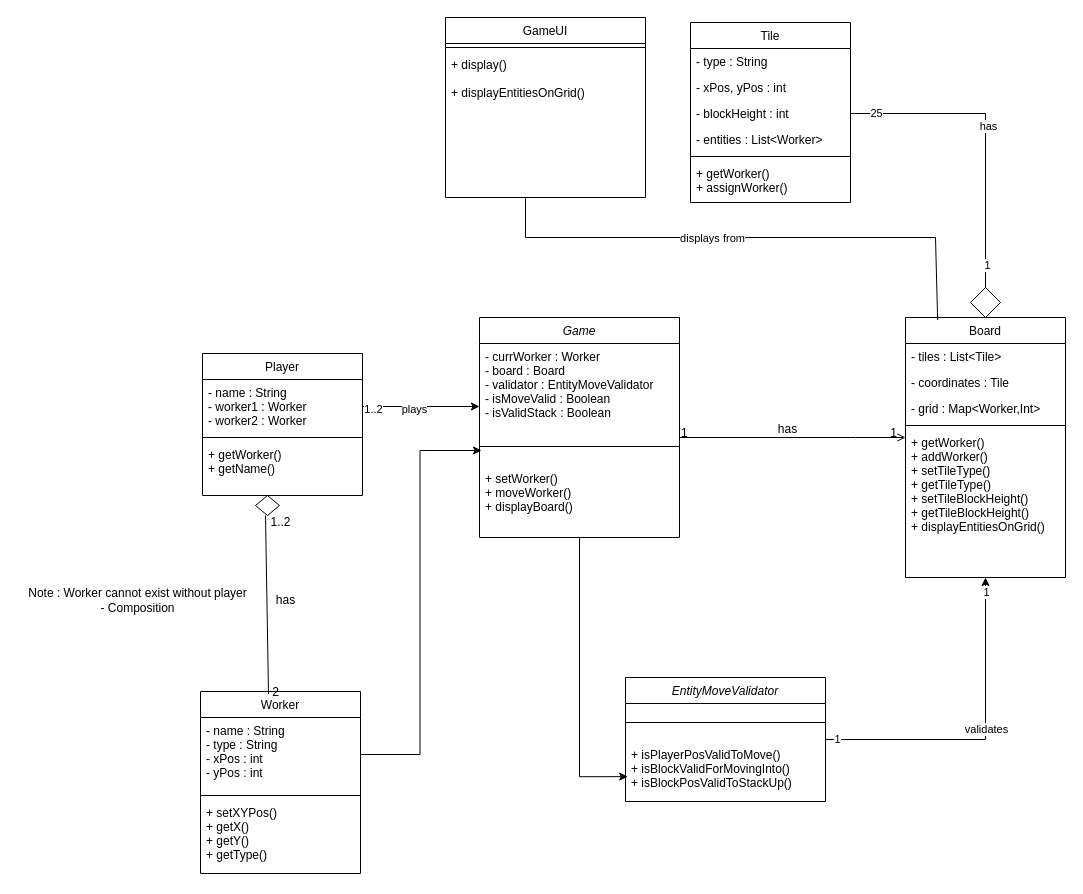
This is DIAGRAMS 2/Untitled Diagram.drawio from rajathmCMU/f23-lab04, a draw.io file, before an edit. Source tidied: cells renumbered, new cells numbered last; positions are measured from the earlier drawing's top-left corner, leaving out a move shared by most shapes. Both pictures are drawn from the tidied source at 100%, with x=0, y=0 at pixel (17, 17).
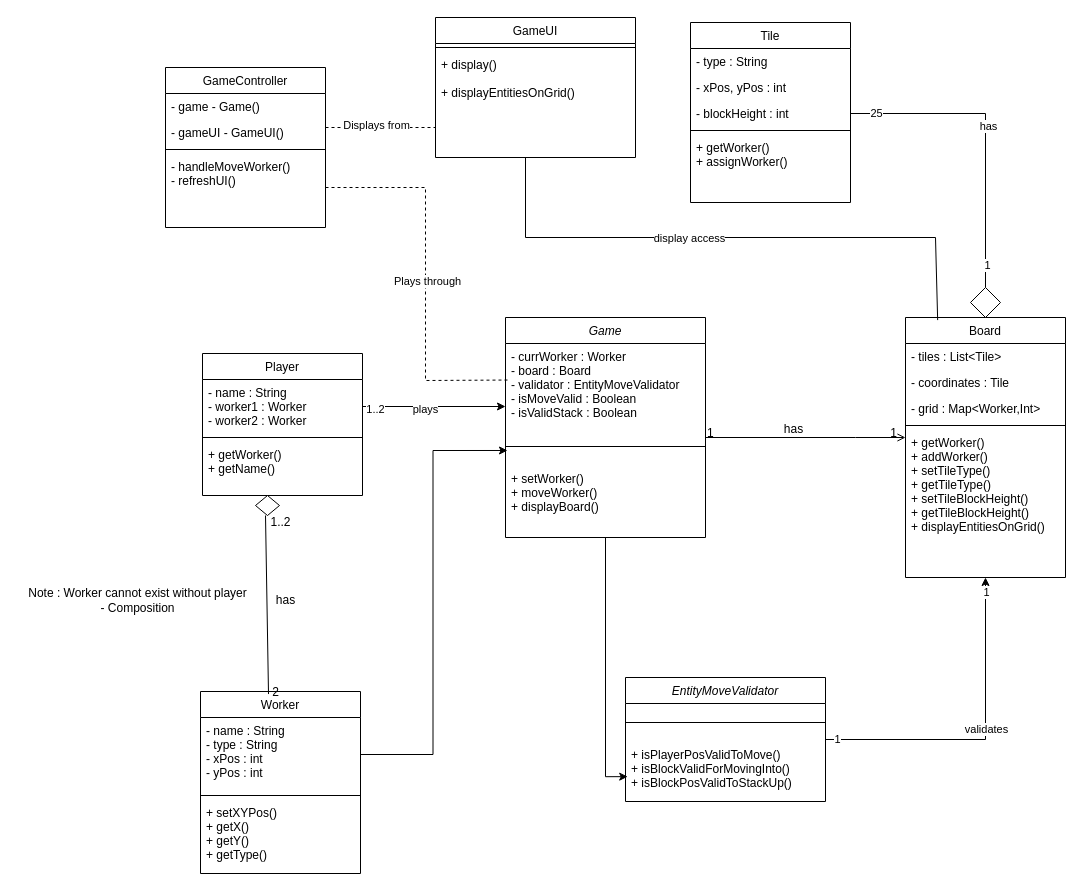
After the change.

The change refers to these unchanged cells:
```xml
<mxCell id="3" value="- currWorker : Worker&#10;- board : Board&#10;- validator : EntityMoveValidator&#10;- isMoveValid : Boolean&#10;- isValidStack : Boolean&#10;" style="text;align=left;verticalAlign=top;spacingLeft=4;spacingRight=4;overflow=hidden;points=[[0,0.5],[1,0.5]];portConstraint=eastwest;rounded=0;shadow=0;html=0;" parent="2" vertex="1">
  <mxGeometry y="26" width="200" height="84" as="geometry" />
</mxCell>
<mxCell id="14" value="Board" style="swimlane;fontStyle=0;align=center;verticalAlign=top;horizontal=1;startSize=26;rounded=0;shadow=0;strokeWidth=1;" parent="1" vertex="1">
  <mxGeometry x="888" y="300" width="160" height="260" as="geometry" />
</mxCell>
<mxCell id="41" value="Tile" style="swimlane;fontStyle=0;align=center;verticalAlign=top;horizontal=1;startSize=26;rounded=0;shadow=0;strokeWidth=1;" parent="1" vertex="1">
  <mxGeometry x="673" y="5" width="160" height="180" as="geometry" />
</mxCell>
```

Change to the diagram source:
```diff
@@
     <mxCell id="2" value="Game" style="swimlane;fontStyle=2;align=center;verticalAlign=top;horizontal=1;startSize=26;rounded=0;shadow=0;strokeWidth=1;" parent="1" vertex="1">
-      <mxGeometry x="462" y="300" width="200" height="220" as="geometry" />
+      <mxGeometry x="488" y="300" width="200" height="220" as="geometry" />
     </mxCell>
@@
-    <mxCell id="45" value="- entities : List&lt;Worker&gt;" style="text;align=left;verticalAlign=top;spacingLeft=4;spacingRight=4;overflow=hidden;rounded=0;shadow=0;html=0;" parent="41" vertex="1">
-      <mxGeometry y="104" width="160" height="26" as="geometry" />
-    </mxCell>
     <mxCell id="46" style="line;html=1;strokeWidth=1;align=left;verticalAlign=middle;spacingTop=-1;spacingLeft=3;spacingRight=3;labelPosition=right;" parent="41" vertex="1">
-      <mxGeometry y="130" width="160" height="8" as="geometry" />
+      <mxGeometry y="104" width="160" height="8" as="geometry" />
     </mxCell>
     <mxCell id="47" value="+ getWorker()&#10;+ assignWorker()&#10;&#10;&#10;&#10;&#10;" style="text;align=left;verticalAlign=top;spacingLeft=4;spacingRight=4;overflow=hidden;" parent="41" vertex="1">
-      <mxGeometry y="138" width="160" height="42" as="geometry" />
+      <mxGeometry y="112" width="160" height="42" as="geometry" />
     </mxCell>
@@
     <mxCell id="53" value="GameUI" style="swimlane;fontStyle=0;align=center;verticalAlign=top;horizontal=1;startSize=26;rounded=0;shadow=0;strokeWidth=1;" parent="1" vertex="1">
-      <mxGeometry x="428" width="200" height="180" as="geometry" />
+      <mxGeometry x="418" width="200" height="140" as="geometry" />
     </mxCell>
@@
     <mxCell id="56" style="endArrow=none;html=1;rounded=0;exitX=0.201;exitY=0.01;exitDx=0;exitDy=0;exitPerimeter=0;" parent="1" edge="1" source="14">
       <mxGeometry relative="1" as="geometry">
-        <mxPoint x="508" y="180" as="targetPoint" />
+        <mxPoint x="508" y="140" as="targetPoint" />
         <Array as="points">
           <mxPoint x="918" y="220" />
           <mxPoint x="508" y="220" />
         </Array>
       </mxGeometry>
     </mxCell>
-    <mxCell id="57" value="displays from" style="edgeLabel;html=1;align=center;verticalAlign=middle;" parent="56" vertex="1">
+    <mxCell id="57" value="display access " style="edgeLabel;html=1;align=center;verticalAlign=middle;" parent="56" vertex="1">
       <mxGeometry x="0.15" relative="1" as="geometry" />
     </mxCell>
@@
+    <mxCell id="59" value="GameController" style="swimlane;fontStyle=0;align=center;verticalAlign=top;horizontal=1;startSize=26;rounded=0;shadow=0;strokeWidth=1;" parent="1" vertex="1">
+      <mxGeometry x="148" y="50" width="160" height="160" as="geometry" />
+    </mxCell>
+    <mxCell id="60" value="- game - Game()" style="text;align=left;verticalAlign=top;spacingLeft=4;spacingRight=4;overflow=hidden;" parent="59" vertex="1">
+      <mxGeometry y="26" width="160" height="26" as="geometry" />
+    </mxCell>
+    <mxCell id="61" value="- gameUI - GameUI()" style="text;align=left;verticalAlign=top;spacingLeft=4;spacingRight=4;overflow=hidden;rounded=0;shadow=0;html=0;" parent="59" vertex="1">
+      <mxGeometry y="52" width="160" height="26" as="geometry" />
+    </mxCell>
+    <mxCell id="62" style="line;html=1;strokeWidth=1;align=left;verticalAlign=middle;spacingTop=-1;spacingLeft=3;spacingRight=3;labelPosition=right;" parent="59" vertex="1">
+      <mxGeometry y="78" width="160" height="8" as="geometry" />
+    </mxCell>
+    <mxCell id="63" value="- handleMoveWorker()&#10;- refreshUI()&#10;" style="text;align=left;verticalAlign=top;spacingLeft=4;spacingRight=4;overflow=hidden;" parent="59" vertex="1">
+      <mxGeometry y="86" width="160" height="48" as="geometry" />
+    </mxCell>
+    <mxCell id="64" style="endArrow=none;dashed=1;html=1;rounded=0;" parent="1" edge="1">
+      <mxGeometry relative="1" as="geometry">
+        <mxPoint x="308" y="110" as="sourcePoint" />
+        <mxPoint x="418" y="110" as="targetPoint" />
+      </mxGeometry>
+    </mxCell>
+    <mxCell id="65" value="Displays from" style="edgeLabel;html=1;align=center;verticalAlign=middle;" parent="64" vertex="1">
+      <mxGeometry x="-0.2" y="3" relative="1" as="geometry">
+        <mxPoint x="6" as="offset" />
+      </mxGeometry>
+    </mxCell>
+    <mxCell id="66" style="endArrow=none;dashed=1;html=1;rounded=0;entryX=0.012;entryY=0.435;entryDx=0;entryDy=0;entryPerimeter=0;" parent="1" edge="1" target="3">
+      <mxGeometry relative="1" as="geometry">
+        <mxPoint x="308" y="170" as="sourcePoint" />
+        <Array as="points">
+          <mxPoint x="408" y="170" />
+          <mxPoint x="408" y="363" />
+        </Array>
+      </mxGeometry>
+    </mxCell>
+    <mxCell id="67" value="Plays through" style="edgeLabel;html=1;align=center;verticalAlign=middle;" parent="66" vertex="1">
+      <mxGeometry x="0.03" y="1" relative="1" as="geometry" />
+    </mxCell>
```
